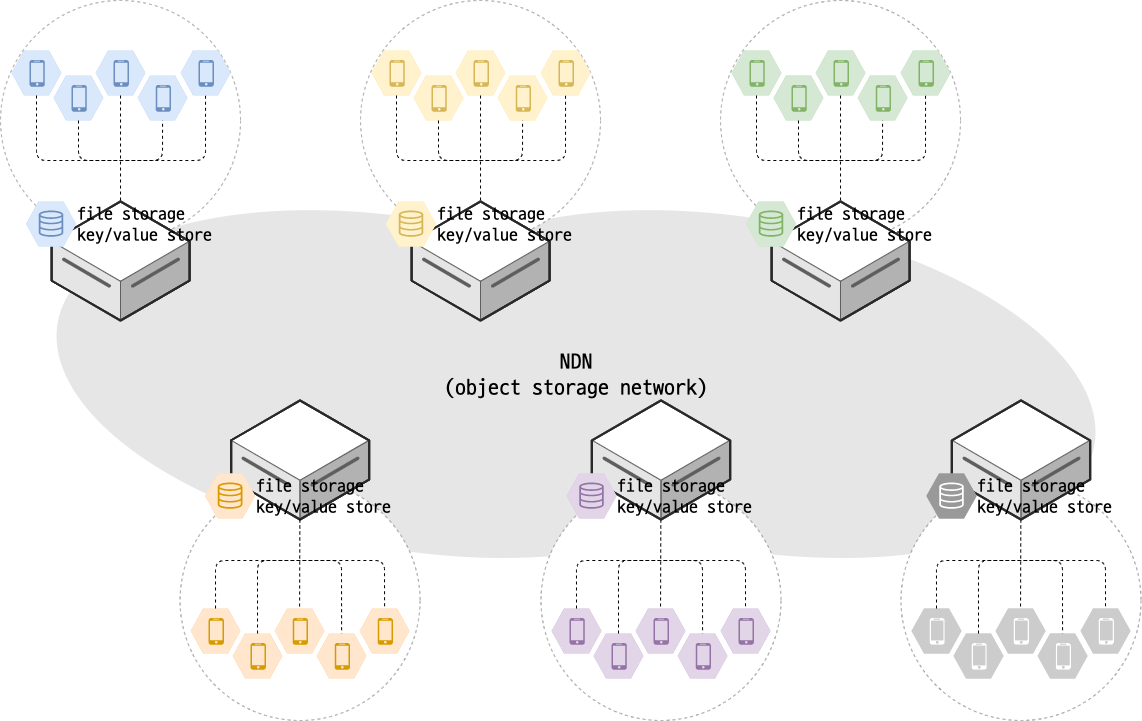
This is img/topology.png from uni2u/difs, a draw.io export, as it was before one commit. Source tidied: cells renumbered, new cells last; positions are measured from the earlier drawing's top-left corner, leaving out a move shared by most shapes.
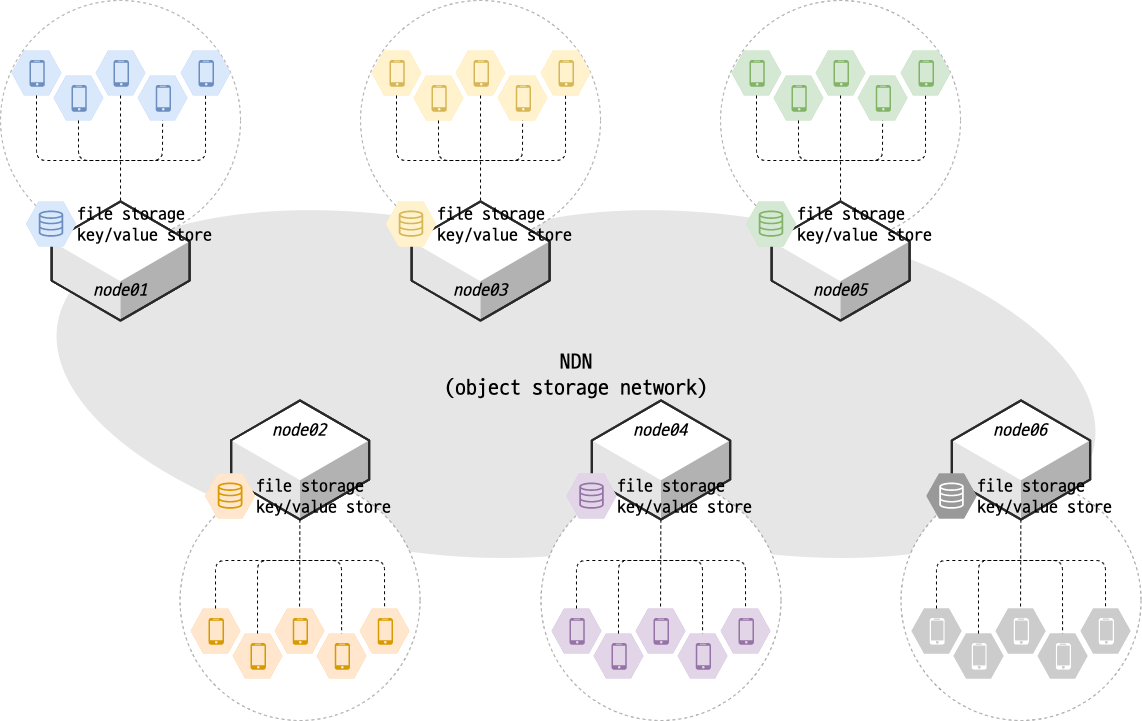
Later version of the same file.

The edit, as a diff of the source:
```diff
@@ -11,7 +11,7 @@
     <mxCell id="4" style="ellipse;whiteSpace=wrap;html=1;strokeColor=#999999;fillColor=#ffffff;gradientColor=none;fontFamily=ubuntu;fontSize=18;align=center;dashed=1;" parent="1" vertex="1">
       <mxGeometry width="240" height="240" as="geometry" />
     </mxCell>
-    <mxCell id="5" style="verticalLabelPosition=bottom;html=1;verticalAlign=top;strokeWidth=1;align=center;outlineConnect=0;dashed=0;outlineConnect=0;shape=mxgraph.aws3d.dataServer;strokeColor=#5E5E5E;fillColor=#ffffff;gradientColor=none;fontFamily=ubuntu;fontSize=18;" parent="1" vertex="1">
+    <mxCell id="5" style="verticalLabelPosition=bottom;html=1;verticalAlign=top;strokeWidth=1;align=center;outlineConnect=0;dashed=0;outlineConnect=0;shape=mxgraph.aws3d.dataServer;fillColor=#ffffff;gradientColor=none;fontFamily=ubuntu;fontSize=18;strokeColor=none;" parent="1" vertex="1">
       <mxGeometry x="51" y="201" width="138.1" height="119" as="geometry" />
     </mxCell>
     <mxCell id="6" style="verticalLabelPosition=bottom;html=1;verticalAlign=top;align=center;points=[[0,0.5,0],[0.125,0.25,0],[0.25,0,0],[0.5,0,0],[0.75,0,0],[0.875,0.25,0],[1,0.5,0],[0.875,0.75,0],[0.75,1,0],[0.5,1,0],[0.125,0.75,0]];shape=mxgraph.cisco_safe.compositeIcon;bgIcon=mxgraph.cisco_safe.design.blank_device;resIcon=mxgraph.cisco_safe.design.mobile_device;dashed=1;fontFamily=ubuntu;fontSize=18;strokeColor=#6c8ebf;fillColor=#dae8fc;" parent="1" vertex="1">
@@ -57,7 +57,7 @@
     <mxCell id="16" style="ellipse;whiteSpace=wrap;html=1;strokeColor=#999999;fillColor=#ffffff;gradientColor=none;fontFamily=ubuntu;fontSize=18;align=center;dashed=1;" parent="1" vertex="1">
       <mxGeometry x="179.6" y="480" width="240" height="240" as="geometry" />
     </mxCell>
-    <mxCell id="17" style="verticalLabelPosition=bottom;html=1;verticalAlign=top;strokeWidth=1;align=center;outlineConnect=0;dashed=0;outlineConnect=0;shape=mxgraph.aws3d.dataServer;strokeColor=#5E5E5E;fillColor=#ffffff;gradientColor=none;fontFamily=ubuntu;fontSize=18;" parent="1" vertex="1">
+    <mxCell id="17" style="verticalLabelPosition=bottom;html=1;verticalAlign=top;strokeWidth=1;align=center;outlineConnect=0;dashed=0;outlineConnect=0;shape=mxgraph.aws3d.dataServer;fillColor=#ffffff;gradientColor=none;fontFamily=ubuntu;fontSize=18;strokeColor=none;" parent="1" vertex="1">
       <mxGeometry x="230.5" y="400" width="138.1" height="119" as="geometry" />
     </mxCell>
     <mxCell id="18" style="verticalLabelPosition=bottom;html=1;verticalAlign=top;align=center;points=[[0,0.5,0],[0.125,0.25,0],[0.25,0,0],[0.5,0,0],[0.75,0,0],[0.875,0.25,0],[1,0.5,0],[0.875,0.75,0],[0.75,1,0],[0.5,1,0],[0.125,0.75,0]];shape=mxgraph.cisco_safe.compositeIcon;bgIcon=mxgraph.cisco_safe.design.blank_device;resIcon=mxgraph.cisco_safe.design.mobile_device;dashed=1;fontFamily=ubuntu;fontSize=18;strokeColor=#d79b00;fillColor=#ffe6cc;" parent="1" vertex="1">
@@ -131,7 +131,7 @@
         </Array>
       </mxGeometry>
     </mxCell>
-    <mxCell id="35" style="verticalLabelPosition=bottom;html=1;verticalAlign=top;strokeWidth=1;align=center;outlineConnect=0;dashed=0;outlineConnect=0;shape=mxgraph.aws3d.dataServer;strokeColor=#5E5E5E;fillColor=#ffffff;gradientColor=none;fontFamily=ubuntu;fontSize=18;" parent="1" vertex="1">
+    <mxCell id="35" style="verticalLabelPosition=bottom;html=1;verticalAlign=top;strokeWidth=1;align=center;outlineConnect=0;dashed=0;outlineConnect=0;shape=mxgraph.aws3d.dataServer;fillColor=#ffffff;gradientColor=none;fontFamily=ubuntu;fontSize=18;strokeColor=none;" parent="1" vertex="1">
       <mxGeometry x="591.5" y="400" width="138.1" height="119" as="geometry" />
     </mxCell>
     <mxCell id="36" style="ellipse;whiteSpace=wrap;html=1;strokeColor=#999999;fillColor=#ffffff;gradientColor=none;fontFamily=ubuntu;fontSize=18;align=center;dashed=1;" parent="1" vertex="1">
@@ -171,7 +171,7 @@
         </Array>
       </mxGeometry>
     </mxCell>
-    <mxCell id="45" style="verticalLabelPosition=bottom;html=1;verticalAlign=top;strokeWidth=1;align=center;outlineConnect=0;dashed=0;outlineConnect=0;shape=mxgraph.aws3d.dataServer;strokeColor=#5E5E5E;fillColor=#ffffff;gradientColor=none;fontFamily=ubuntu;fontSize=18;" parent="1" vertex="1">
+    <mxCell id="45" style="verticalLabelPosition=bottom;html=1;verticalAlign=top;strokeWidth=1;align=center;outlineConnect=0;dashed=0;outlineConnect=0;shape=mxgraph.aws3d.dataServer;fillColor=#ffffff;gradientColor=none;fontFamily=ubuntu;fontSize=18;strokeColor=none;" parent="1" vertex="1">
       <mxGeometry x="951.5" y="400" width="138.1" height="119" as="geometry" />
     </mxCell>
     <mxCell id="46" style="ellipse;whiteSpace=wrap;html=1;strokeColor=#999999;fillColor=#ffffff;gradientColor=none;fontFamily=ubuntu;fontSize=18;align=center;dashed=1;" parent="1" vertex="1">
@@ -248,10 +248,10 @@
         </Array>
       </mxGeometry>
     </mxCell>
-    <mxCell id="64" style="verticalLabelPosition=bottom;html=1;verticalAlign=top;strokeWidth=1;align=center;outlineConnect=0;dashed=0;outlineConnect=0;shape=mxgraph.aws3d.dataServer;strokeColor=#5E5E5E;fillColor=#ffffff;gradientColor=none;fontFamily=ubuntu;fontSize=18;" parent="1" vertex="1">
+    <mxCell id="64" style="verticalLabelPosition=bottom;html=1;verticalAlign=top;strokeWidth=1;align=center;outlineConnect=0;dashed=0;outlineConnect=0;shape=mxgraph.aws3d.dataServer;fillColor=#ffffff;gradientColor=none;fontFamily=ubuntu;fontSize=18;strokeColor=none;" parent="1" vertex="1">
       <mxGeometry x="411" y="201" width="138.1" height="119" as="geometry" />
     </mxCell>
-    <mxCell id="65" style="verticalLabelPosition=bottom;html=1;verticalAlign=top;strokeWidth=1;align=center;outlineConnect=0;dashed=0;outlineConnect=0;shape=mxgraph.aws3d.dataServer;strokeColor=#5E5E5E;fillColor=#ffffff;gradientColor=none;fontFamily=ubuntu;fontSize=18;" parent="1" vertex="1">
+    <mxCell id="65" style="verticalLabelPosition=bottom;html=1;verticalAlign=top;strokeWidth=1;align=center;outlineConnect=0;dashed=0;outlineConnect=0;shape=mxgraph.aws3d.dataServer;fillColor=#ffffff;gradientColor=none;fontFamily=ubuntu;fontSize=18;strokeColor=none;" parent="1" vertex="1">
       <mxGeometry x="771" y="201" width="138.1" height="119" as="geometry" />
     </mxCell>
     <mxCell id="66" style="verticalLabelPosition=bottom;html=1;strokeColor=#d6b656;verticalAlign=top;align=center;shape=mxgraph.cisco_safe.compositeIcon;bgIcon=mxgraph.cisco_safe.design.blank_device;resIcon=mxgraph.cisco_safe.design.storage_1;dashed=1;fontFamily=ubuntu;fontSize=18;fillColor=#fff2cc;" parent="1" vertex="1">
@@ -287,5 +287,23 @@
     <mxCell id="76" value="NDN&lt;br&gt;(object storage network)" style="text;html=1;strokeColor=none;fillColor=none;align=center;verticalAlign=middle;whiteSpace=wrap;rounded=0;dashed=1;fontFamily=ubuntu;fontSize=22;" parent="1" vertex="1">
       <mxGeometry x="409" y="342" width="333.9" height="64" as="geometry" />
     </mxCell>
+    <mxCell id="77" value="node01" style="text;html=1;strokeColor=none;fillColor=none;align=center;verticalAlign=middle;whiteSpace=wrap;rounded=0;dashed=1;fontFamily=ubuntu;fontSize=18;fontStyle=2;" parent="1" vertex="1">
+      <mxGeometry x="85" y="280" width="70" height="20" as="geometry" />
+    </mxCell>
+    <mxCell id="78" value="node02" style="text;html=1;strokeColor=none;fillColor=none;align=center;verticalAlign=middle;whiteSpace=wrap;rounded=0;dashed=1;fontFamily=ubuntu;fontSize=18;fontStyle=2;" parent="1" vertex="1">
+      <mxGeometry x="264.1" y="420" width="70" height="20" as="geometry" />
+    </mxCell>
+    <mxCell id="79" value="node03" style="text;html=1;strokeColor=none;fillColor=none;align=center;verticalAlign=middle;whiteSpace=wrap;rounded=0;dashed=1;fontFamily=ubuntu;fontSize=18;fontStyle=2;" parent="1" vertex="1">
+      <mxGeometry x="445" y="280" width="70" height="20" as="geometry" />
+    </mxCell>
+    <mxCell id="80" value="node05" style="text;html=1;strokeColor=none;fillColor=none;align=center;verticalAlign=middle;whiteSpace=wrap;rounded=0;dashed=1;fontFamily=ubuntu;fontSize=18;fontStyle=2;" parent="1" vertex="1">
+      <mxGeometry x="805" y="280" width="70" height="20" as="geometry" />
+    </mxCell>
+    <mxCell id="81" value="node04" style="text;html=1;strokeColor=none;fillColor=none;align=center;verticalAlign=middle;whiteSpace=wrap;rounded=0;dashed=1;fontFamily=ubuntu;fontSize=18;fontStyle=2;" parent="1" vertex="1">
+      <mxGeometry x="625" y="420" width="70" height="20" as="geometry" />
+    </mxCell>
+    <mxCell id="82" value="node06" style="text;html=1;strokeColor=none;fillColor=none;align=center;verticalAlign=middle;whiteSpace=wrap;rounded=0;dashed=1;fontFamily=ubuntu;fontSize=18;fontStyle=2;" parent="1" vertex="1">
+      <mxGeometry x="985" y="420" width="70" height="20" as="geometry" />
+    </mxCell>
   </root>
 </mxGraphModel>
```
